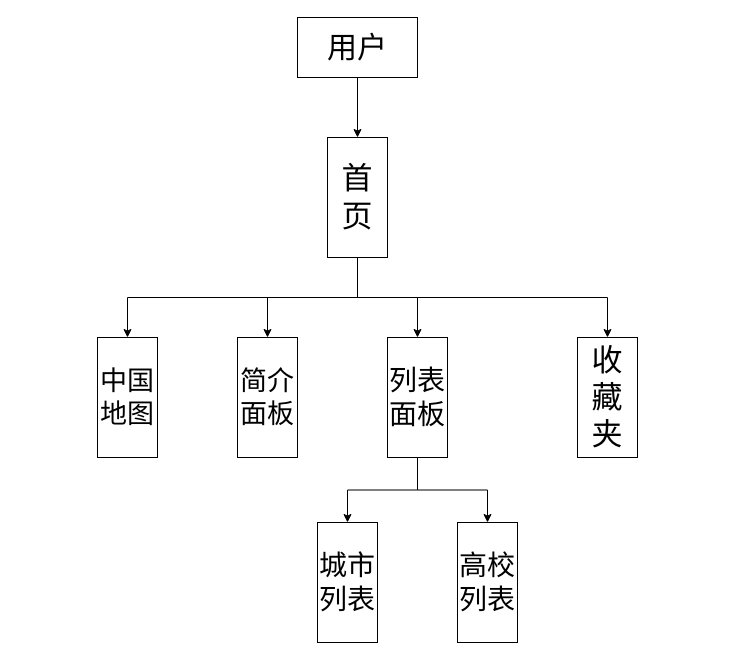
Before: 未命名绘图.drawio in OnetakeDL/iodraw-files, a draw.io diagram. Source tidied: cells renumbered, new cells numbered last; positions are measured from the earlier drawing's top-left corner, leaving out a move shared by most shapes. Both pictures are drawn from the tidied source at 100%, with x=0, y=0 at pixel (97, 17).
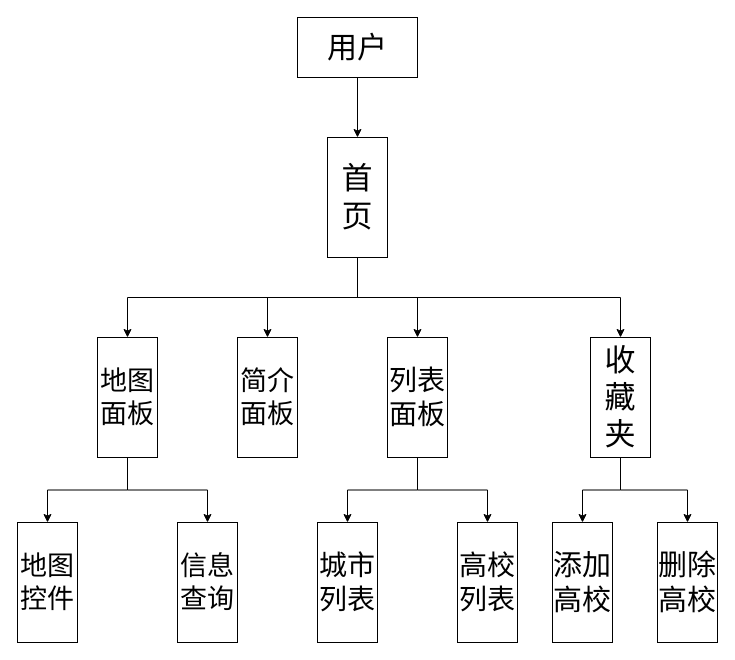
The same diagram, later.

Commit message:
更新未命名绘图.drawio

Diff of the diagram source:
```diff
@@
+    <mxCell id="17" style="edgeStyle=orthogonalEdgeStyle;rounded=0;jettySize=auto;html=1;exitX=1;exitY=0.5;exitDx=0;exitDy=0;entryX=0;entryY=0.5;entryDx=0;entryDy=0;" parent="1" edge="1" source="9" target="24">
+      <mxGeometry relative="1" as="geometry" />
+    </mxCell>
+    <mxCell id="18" style="edgeStyle=orthogonalEdgeStyle;rounded=0;jettySize=auto;html=1;exitX=1;exitY=0.5;exitDx=0;exitDy=0;entryX=0;entryY=0.5;entryDx=0;entryDy=0;" parent="1" edge="1" source="9" target="23">
+      <mxGeometry relative="1" as="geometry" />
+    </mxCell>
     <mxCell id="9" value="&lt;font style=&quot;font-size: 31px;&quot;&gt;收藏夹&lt;/font&gt;" style="rounded=0;whiteSpace=wrap;html=1;direction=south;" parent="1" vertex="1">
-      <mxGeometry x="480" y="320" width="60" height="120" as="geometry" />
+      <mxGeometry x="493" y="320" width="60" height="120" as="geometry" />
     </mxCell>
@@
+    <mxCell id="19" style="edgeStyle=orthogonalEdgeStyle;rounded=0;jettySize=auto;html=1;exitX=1;exitY=0.5;exitDx=0;exitDy=0;entryX=0;entryY=0.5;entryDx=0;entryDy=0;" parent="1" edge="1" source="14" target="22">
+      <mxGeometry relative="1" as="geometry" />
+    </mxCell>
+    <mxCell id="20" style="edgeStyle=orthogonalEdgeStyle;rounded=0;jettySize=auto;html=1;exitX=1;exitY=0.5;exitDx=0;exitDy=0;entryX=0;entryY=0.5;entryDx=0;entryDy=0;" parent="1" edge="1" source="14" target="21">
+      <mxGeometry relative="1" as="geometry" />
+    </mxCell>
-    <mxCell id="14" value="&lt;font style=&quot;font-size: 27px;&quot;&gt;中国地图&lt;/font&gt;" style="rounded=0;whiteSpace=wrap;html=1;direction=south;" parent="1" vertex="1">
+    <mxCell id="14" value="&lt;font style=&quot;font-size: 27px;&quot;&gt;地图面板&lt;/font&gt;" style="rounded=0;whiteSpace=wrap;html=1;direction=south;" parent="1" vertex="1">
       <mxGeometry y="320" width="60" height="120" as="geometry" />
     </mxCell>
@@
+    <mxCell id="21" value="&lt;font style=&quot;font-size: 27px;&quot;&gt;信息查询&lt;/font&gt;" style="rounded=0;whiteSpace=wrap;html=1;direction=south;" parent="1" vertex="1">
+      <mxGeometry x="80" y="505" width="60" height="120" as="geometry" />
+    </mxCell>
+    <mxCell id="22" value="&lt;font style=&quot;font-size: 27px;&quot;&gt;地图控件&lt;/font&gt;" style="rounded=0;whiteSpace=wrap;html=1;direction=south;" parent="1" vertex="1">
+      <mxGeometry x="-80" y="505" width="60" height="120" as="geometry" />
+    </mxCell>
+    <mxCell id="23" value="&lt;font style=&quot;font-size: 29px;&quot;&gt;删除高校&lt;/font&gt;" style="rounded=0;whiteSpace=wrap;html=1;direction=south;" parent="1" vertex="1">
+      <mxGeometry x="560" y="505" width="60" height="120" as="geometry" />
+    </mxCell>
+    <mxCell id="24" value="&lt;font style=&quot;font-size: 29px;&quot;&gt;添加高校&lt;/font&gt;" style="rounded=0;whiteSpace=wrap;html=1;direction=south;" parent="1" vertex="1">
+      <mxGeometry x="455" y="505" width="60" height="120" as="geometry" />
+    </mxCell>
```
